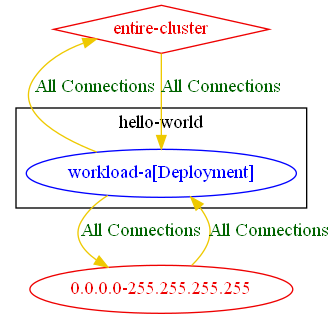
This is test_outputs/connlist/exposure_test_allow_all_connlist_output.dot.png from np-guard/netpol-analyzer, a Graphviz export, as it was before one commit. Its source is kept beside it as test_outputs/connlist/exposure_test_allow_all_connlist_output.dot.
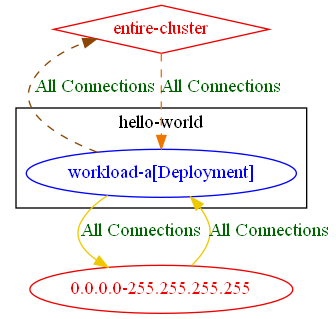
The same file after the commit.

Change to the diagram source:
```diff
@@ -8,7 +8,7 @@
 	"0.0.0.0-255.255.255.255" [label="0.0.0.0-255.255.255.255" color="red2" fontcolor="red2"]
 	"entire-cluster" [label="entire-cluster" color="red2" fontcolor="red2" shape=diamond]
 	"0.0.0.0-255.255.255.255" -> "hello-world/workload-a[Deployment]" [label="All Connections" color="gold2" fontcolor="darkgreen"]
-	"entire-cluster" -> "hello-world/workload-a[Deployment]" [label="All Connections" color="gold2" fontcolor="darkgreen" weight=1]
+	"entire-cluster" -> "hello-world/workload-a[Deployment]" [label="All Connections" color="darkorange2" fontcolor="darkgreen" weight=1 style=dashed]
 	"hello-world/workload-a[Deployment]" -> "0.0.0.0-255.255.255.255" [label="All Connections" color="gold2" fontcolor="darkgreen"]
-	"hello-world/workload-a[Deployment]" -> "entire-cluster" [label="All Connections" color="gold2" fontcolor="darkgreen" weight=0.5]
+	"hello-world/workload-a[Deployment]" -> "entire-cluster" [label="All Connections" color="darkorange4" fontcolor="darkgreen" weight=0.5 style=dashed]
 }
```
